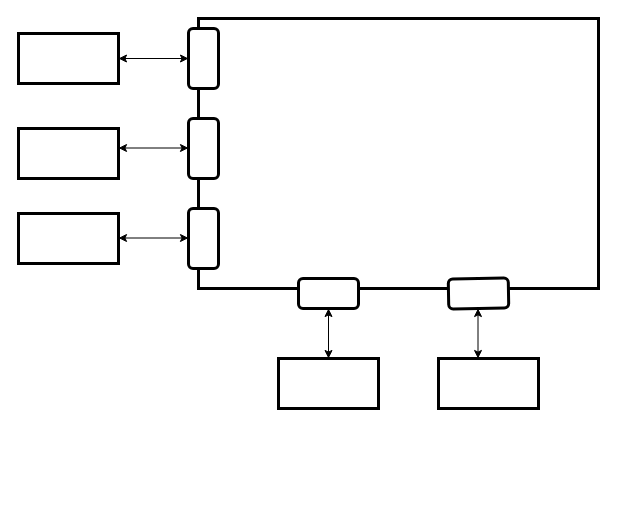
This is Untitled Diagram.drawio from Tahsinoshin/5th-Semester-Courses, a draw.io file, before an edit. Source tidied: cells renumbered, new cells numbered last; positions are measured from the earlier drawing's top-left corner, leaving out a move shared by most shapes. Both pictures are drawn from the tidied source at 100%, with x=0, y=0 at pixel (18, 18).
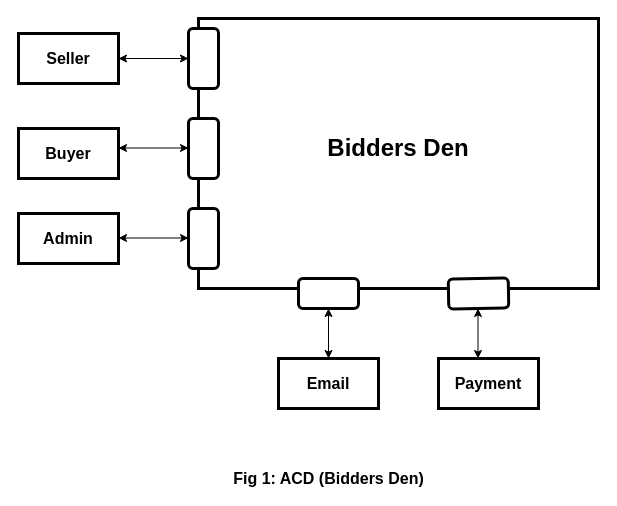
Above is the later version.

Change to the diagram source:
```diff
@@
-    <mxCell id="13" style="rounded=0;whiteSpace=wrap;html=1;strokeWidth=3;" parent="1" vertex="1">
+    <mxCell id="13" value="&lt;font style=&quot;font-size: 16px&quot;&gt;&lt;b&gt;Seller&lt;/b&gt;&lt;/font&gt;" style="rounded=0;whiteSpace=wrap;html=1;strokeWidth=3;" parent="1" vertex="1">
       <mxGeometry y="15" width="100" height="50" as="geometry" />
     </mxCell>
-    <mxCell id="14" style="rounded=0;whiteSpace=wrap;html=1;strokeWidth=3;" parent="1" vertex="1">
+    <mxCell id="14" value="&lt;font style=&quot;font-size: 16px&quot;&gt;&lt;b&gt;Buyer&lt;/b&gt;&lt;/font&gt;" style="rounded=0;whiteSpace=wrap;html=1;strokeWidth=3;" parent="1" vertex="1">
       <mxGeometry y="110" width="100" height="50" as="geometry" />
     </mxCell>
-    <mxCell id="15" style="rounded=0;whiteSpace=wrap;html=1;strokeWidth=3;" parent="1" vertex="1">
+    <mxCell id="15" value="&lt;font style=&quot;font-size: 16px&quot;&gt;&lt;b&gt;Admin&lt;/b&gt;&lt;/font&gt;" style="rounded=0;whiteSpace=wrap;html=1;strokeWidth=3;" parent="1" vertex="1">
       <mxGeometry y="195" width="100" height="50" as="geometry" />
     </mxCell>
-    <mxCell id="16" style="rounded=0;whiteSpace=wrap;html=1;strokeWidth=3;" parent="1" vertex="1">
+    <mxCell id="16" value="&lt;font style=&quot;font-size: 16px&quot;&gt;&lt;b&gt;Email&lt;/b&gt;&lt;/font&gt;" style="rounded=0;whiteSpace=wrap;html=1;strokeWidth=3;" parent="1" vertex="1">
       <mxGeometry x="260" y="340" width="100" height="50" as="geometry" />
     </mxCell>
-    <mxCell id="17" style="rounded=0;whiteSpace=wrap;html=1;strokeWidth=3;" parent="1" vertex="1">
+    <mxCell id="17" value="&lt;font style=&quot;font-size: 16px&quot;&gt;&lt;b&gt;Payment&lt;/b&gt;&lt;/font&gt;" style="rounded=0;whiteSpace=wrap;html=1;strokeWidth=3;" parent="1" vertex="1">
       <mxGeometry x="420" y="340" width="100" height="50" as="geometry" />
     </mxCell>
+    <mxCell id="18" value="&lt;font size=&quot;1&quot;&gt;&lt;b style=&quot;font-size: 24px&quot;&gt;Bidders Den&lt;/b&gt;&lt;/font&gt;" style="text;html=1;strokeColor=none;fillColor=none;align=center;verticalAlign=middle;whiteSpace=wrap;rounded=0;" parent="1" vertex="1">
+      <mxGeometry x="280" y="80" width="200" height="100" as="geometry" />
+    </mxCell>
+    <mxCell id="19" value="&lt;b&gt;Fig 1: ACD (Bidders Den)&lt;/b&gt;" style="text;html=1;align=center;verticalAlign=middle;strokeColor=none;fillColor=none;fontSize=16;" parent="1" vertex="1">
+      <mxGeometry x="205" y="450" width="210" height="20" as="geometry" />
+    </mxCell>
```
